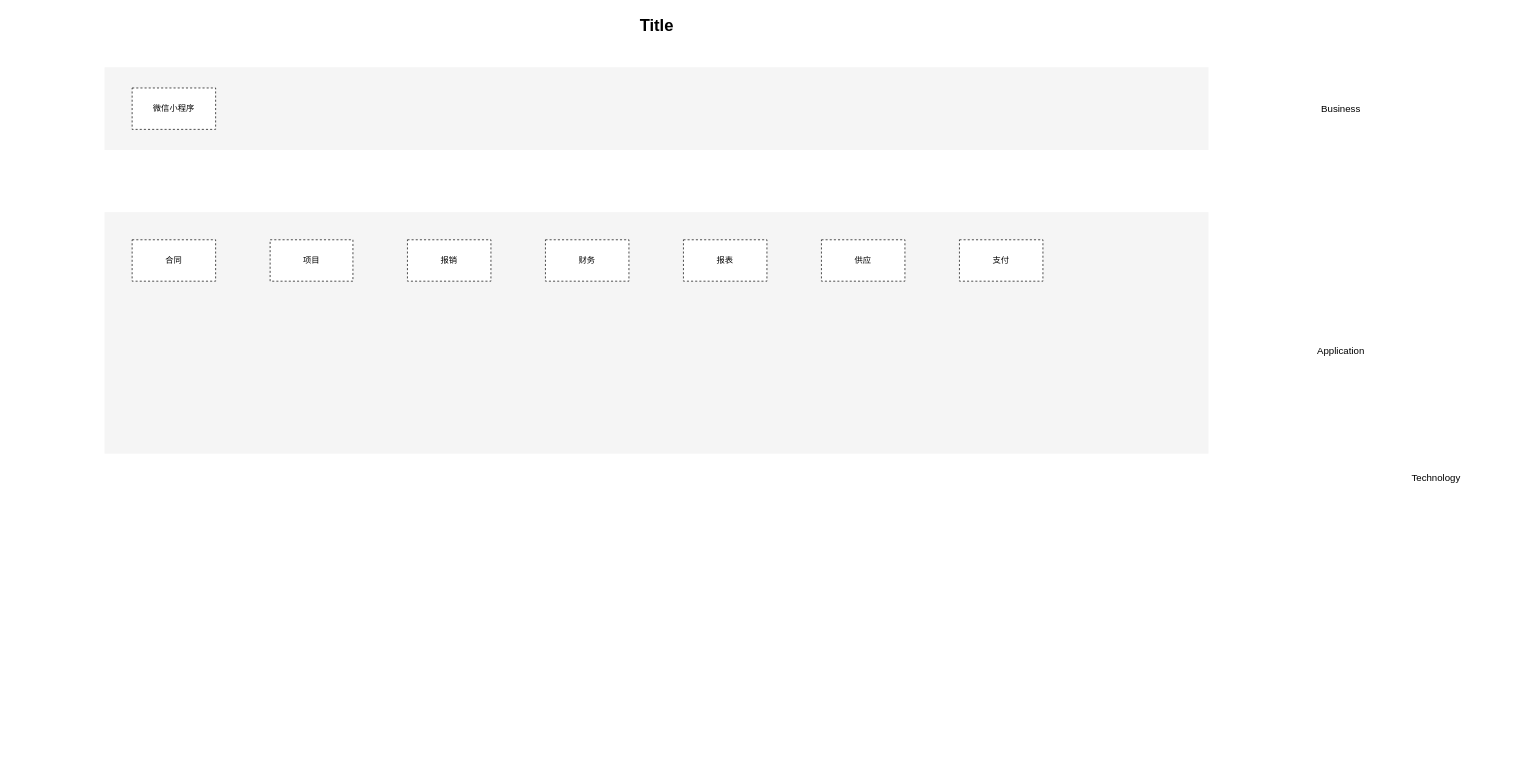
Above: 运营系统DM架构.drawio in cocokoo/website (draw.io), before the change. Source tidied: cells renumbered, new cells numbered last; positions are measured from the earlier drawing's top-left corner, leaving out a move shared by most shapes. Both pictures are drawn from the tidied source at 69%, with x=0, y=0 at pixel (104, 12).
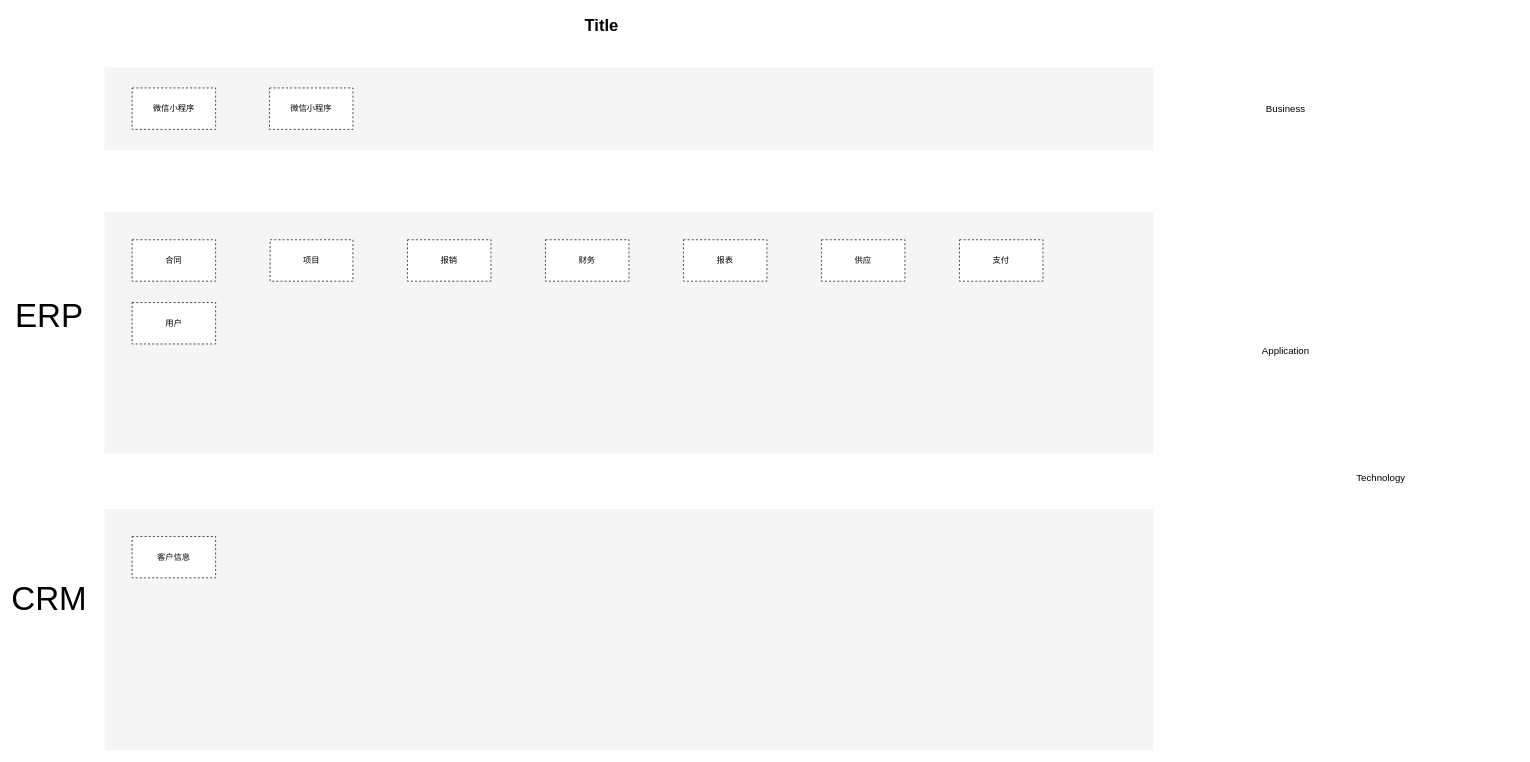
Above is the later version.

Commit message (it also covers changes not shown here):
Update 运营系统DM架构.drawio

Diff of the diagram source:
```diff
@@
     <mxCell id="2" value="Technology" style="text;html=1;strokeColor=none;fillColor=none;align=center;verticalAlign=middle;whiteSpace=wrap;fontSize=14;" parent="1" vertex="1">
-      <mxGeometry x="1810" y="665" width="240" height="20" as="geometry" />
+      <mxGeometry x="1730" y="665" width="240" height="20" as="geometry" />
     </mxCell>
     <mxCell id="3" value="Application" style="text;html=1;strokeColor=none;fillColor=none;align=center;verticalAlign=middle;whiteSpace=wrap;fontSize=14;" parent="1" vertex="1">
-      <mxGeometry x="1672" y="481" width="240" height="20" as="geometry" />
+      <mxGeometry x="1592" y="481" width="240" height="20" as="geometry" />
     </mxCell>
     <mxCell id="4" value="Business" style="text;html=1;strokeColor=none;fillColor=none;align=center;verticalAlign=middle;whiteSpace=wrap;fontSize=14;" parent="1" vertex="1">
-      <mxGeometry x="1671.8" y="130" width="240" height="20" as="geometry" />
+      <mxGeometry x="1591.8" y="130" width="240" height="20" as="geometry" />
     </mxCell>
     <mxCell id="5" value="Title" style="text;strokeColor=none;fillColor=none;html=1;fontSize=24;fontStyle=1;verticalAlign=middle;align=center;" parent="1" vertex="1">
-      <mxGeometry width="1600" height="40" as="geometry" />
+      <mxGeometry x="-80" width="1600" height="40" as="geometry" />
     </mxCell>
     <mxCell id="6" style="rounded=0;whiteSpace=wrap;html=1;fillColor=#f5f5f5;strokeColor=none;fontColor=#333333;dashed=1;" parent="1" vertex="1">
-      <mxGeometry y="80" width="1600" height="120" as="geometry" />
+      <mxGeometry y="80" width="1520" height="120" as="geometry" />
     </mxCell>
@@
     <mxCell id="8" style="rounded=0;whiteSpace=wrap;html=1;fillColor=#f5f5f5;strokeColor=none;fontColor=#333333;dashed=1;" parent="1" vertex="1">
-      <mxGeometry y="290" width="1600" height="350" as="geometry" />
+      <mxGeometry y="290" width="1520" height="350" as="geometry" />
     </mxCell>
@@
+    <mxCell id="16" value="&lt;span style=&quot;font-size: 48px&quot;&gt;ERP&lt;/span&gt;" style="text;html=1;strokeColor=none;fillColor=none;align=center;verticalAlign=middle;whiteSpace=wrap;rounded=0;dashed=1;" parent="1" vertex="1">
+      <mxGeometry x="-100" y="430" width="40" height="20" as="geometry" />
+    </mxCell>
+    <mxCell id="17" value="&lt;span style=&quot;font-size: 48px&quot;&gt;CRM&lt;/span&gt;" style="text;html=1;strokeColor=none;fillColor=none;align=center;verticalAlign=middle;whiteSpace=wrap;rounded=0;dashed=1;" parent="1" vertex="1">
+      <mxGeometry x="-100" y="840" width="40" height="20" as="geometry" />
+    </mxCell>
+    <mxCell id="18" style="rounded=0;whiteSpace=wrap;html=1;fillColor=#f5f5f5;strokeColor=none;fontColor=#333333;dashed=1;" parent="1" vertex="1">
+      <mxGeometry y="720" width="1520" height="350" as="geometry" />
+    </mxCell>
+    <mxCell id="19" value="客户信息" style="rounded=0;whiteSpace=wrap;html=1;dashed=1;strokeColor=#000000;" parent="1" vertex="1">
+      <mxGeometry x="40" y="760" width="121" height="60" as="geometry" />
+    </mxCell>
+    <mxCell id="20" value="用户" style="rounded=0;whiteSpace=wrap;html=1;dashed=1;strokeColor=#000000;" parent="1" vertex="1">
+      <mxGeometry x="40" y="421" width="121" height="60" as="geometry" />
+    </mxCell>
+    <mxCell id="21" value="微信小程序" style="rounded=0;whiteSpace=wrap;html=1;dashed=1;strokeColor=#000000;" parent="1" vertex="1">
+      <mxGeometry x="239" y="110" width="121" height="60" as="geometry" />
+    </mxCell>
```
